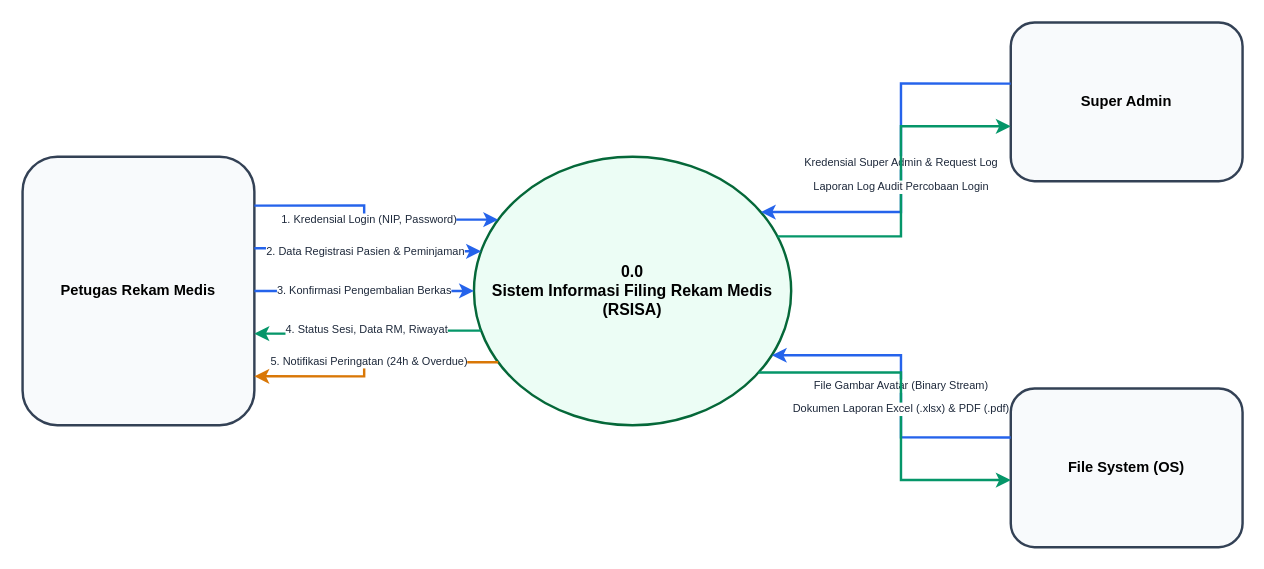
Before: docs/dokumentasi-project/assets/diagram-final/DFD/DFD_Level_0/DFD_Level_0.drawio in ghozahimma65/peminjaman-rm, a draw.io diagram. Source tidied: cells renumbered, new cells numbered last; positions are measured from the earlier drawing's top-left corner, leaving out a move shared by most shapes. Both pictures are drawn from the tidied source at 122%, with x=0, y=0 at pixel (22, 22).
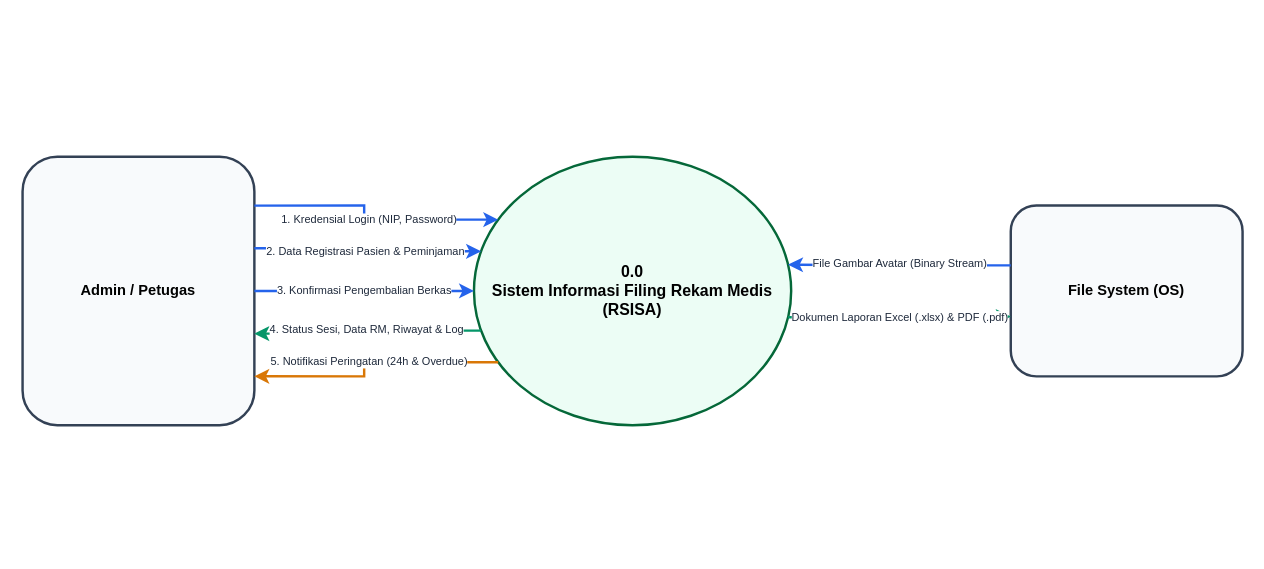
The same page after the edit.

Change to the diagram source:
```diff
@@
 <mxGraphModel background="#ffffff">
   <root>
     <mxCell id="0" />
     <mxCell id="1" parent="0" />
     <mxCell id="2" value="0.0&#10;Sistem Informasi Filing Rekam Medis&#10;(RSISA)" style="ellipse;whiteSpace=wrap;html=1;fillColor=#ecfdf5;strokeColor=#056839;strokeWidth=2;fontStyle=1;fontSize=13;" parent="1" vertex="1">
       <mxGeometry x="370" y="110" width="260" height="220" as="geometry" />
     </mxCell>
-    <mxCell id="3" value="Petugas Rekam Medis" style="rounded=1;whiteSpace=wrap;html=1;fillColor=#f8fafc;strokeColor=#334155;strokeWidth=2;fontStyle=1;fontSize=12;" parent="1" vertex="1">
+    <mxCell id="3" value="Admin / Petugas" style="rounded=1;whiteSpace=wrap;html=1;fillColor=#f8fafc;strokeColor=#334155;strokeWidth=2;fontStyle=1;fontSize=12;" parent="1" vertex="1">
       <mxGeometry y="110" width="190" height="220" as="geometry" />
     </mxCell>
-    <mxCell id="4" value="Super Admin" style="rounded=1;whiteSpace=wrap;html=1;fillColor=#f8fafc;strokeColor=#334155;strokeWidth=2;fontStyle=1;fontSize=12;" parent="1" vertex="1">
-      <mxGeometry x="810" width="190" height="130" as="geometry" />
-    </mxCell>
     <mxCell id="5" value="File System (OS)" style="rounded=1;whiteSpace=wrap;html=1;fillColor=#f8fafc;strokeColor=#334155;strokeWidth=2;fontStyle=1;fontSize=12;" parent="1" vertex="1">
-      <mxGeometry x="810" y="300" width="190" height="130" as="geometry" />
+      <mxGeometry x="810" y="150" width="190" height="140" as="geometry" />
     </mxCell>
     <mxCell id="6" value="1. Kredensial Login (NIP, Password)" style="edgeStyle=orthogonalEdgeStyle;rounded=0;jettySize=auto;html=1;exitX=1;exitY=0.182;exitDx=0;exitDy=0;entryX=0;entryY=0.182;entryDx=0;entryDy=0;strokeColor=#2563eb;strokeWidth=2;fontSize=9;fontColor=#1e293b;" parent="1" edge="1" source="3" target="2">
       <mxGeometry relative="1" as="geometry" />
     </mxCell>
     <mxCell id="7" value="2. Data Registrasi Pasien &amp; Peminjaman" style="edgeStyle=orthogonalEdgeStyle;rounded=0;jettySize=auto;html=1;exitX=1;exitY=0.341;exitDx=0;exitDy=0;entryX=0;entryY=0.341;entryDx=0;entryDy=0;strokeColor=#2563eb;strokeWidth=2;fontSize=9;fontColor=#1e293b;" parent="1" edge="1" source="3" target="2">
       <mxGeometry relative="1" as="geometry" />
     </mxCell>
     <mxCell id="8" value="3. Konfirmasi Pengembalian Berkas" style="edgeStyle=orthogonalEdgeStyle;rounded=0;jettySize=auto;html=1;exitX=1;exitY=0.5;exitDx=0;exitDy=0;entryX=0;entryY=0.5;entryDx=0;entryDy=0;strokeColor=#2563eb;strokeWidth=2;fontSize=9;fontColor=#1e293b;" parent="1" edge="1" source="3" target="2">
       <mxGeometry relative="1" as="geometry" />
     </mxCell>
-    <mxCell id="9" value="4. Status Sesi, Data RM, Riwayat" style="edgeStyle=orthogonalEdgeStyle;rounded=0;jettySize=auto;html=1;exitX=0;exitY=0.659;exitDx=0;exitDy=0;entryX=1;entryY=0.659;entryDx=0;entryDy=0;strokeColor=#059669;strokeWidth=2;fontSize=9;fontColor=#1e293b;" parent="1" edge="1" source="2" target="3">
+    <mxCell id="9" value="4. Status Sesi, Data RM, Riwayat &amp; Log" style="edgeStyle=orthogonalEdgeStyle;rounded=0;jettySize=auto;html=1;exitX=0;exitY=0.659;exitDx=0;exitDy=0;entryX=1;entryY=0.659;entryDx=0;entryDy=0;strokeColor=#059669;strokeWidth=2;fontSize=9;fontColor=#1e293b;" parent="1" edge="1" source="2" target="3">
       <mxGeometry relative="1" as="geometry" />
     </mxCell>
     <mxCell id="10" value="5. Notifikasi Peringatan (24h &amp; Overdue)" style="edgeStyle=orthogonalEdgeStyle;rounded=0;jettySize=auto;html=1;exitX=0;exitY=0.818;exitDx=0;exitDy=0;entryX=1;entryY=0.818;entryDx=0;entryDy=0;strokeColor=#d97706;strokeWidth=2;fontSize=9;fontColor=#1e293b;" parent="1" edge="1" source="2" target="3">
       <mxGeometry relative="1" as="geometry" />
     </mxCell>
-    <mxCell id="11" value="Kredensial Super Admin &amp; Request Log" style="edgeStyle=orthogonalEdgeStyle;rounded=0;jettySize=auto;html=1;exitX=0;exitY=0.385;exitDx=0;exitDy=0;entryX=1;entryY=0.136;entryDx=0;entryDy=0;strokeColor=#2563eb;strokeWidth=2;fontSize=9;fontColor=#1e293b;" parent="1" edge="1" source="4" target="2">
-      <mxGeometry relative="1" as="geometry" />
-    </mxCell>
-    <mxCell id="12" value="Laporan Log Audit Percobaan Login" style="edgeStyle=orthogonalEdgeStyle;rounded=0;jettySize=auto;html=1;exitX=1;exitY=0.273;exitDx=0;exitDy=0;entryX=0;entryY=0.654;entryDx=0;entryDy=0;strokeColor=#059669;strokeWidth=2;fontSize=9;fontColor=#1e293b;" parent="1" edge="1" source="2" target="4">
-      <mxGeometry relative="1" as="geometry" />
-    </mxCell>
-    <mxCell id="13" value="File Gambar Avatar (Binary Stream)" style="edgeStyle=orthogonalEdgeStyle;rounded=0;jettySize=auto;html=1;exitX=0;exitY=0.308;exitDx=0;exitDy=0;entryX=1;entryY=0.773;entryDx=0;entryDy=0;strokeColor=#2563eb;strokeWidth=2;fontSize=9;fontColor=#1e293b;" parent="1" edge="1" source="5" target="2">
+    <mxCell id="13" value="File Gambar Avatar (Binary Stream)" style="edgeStyle=orthogonalEdgeStyle;rounded=0;jettySize=auto;html=1;exitX=0;exitY=0.35;exitDx=0;exitDy=0;entryX=1;entryY=0.4;entryDx=0;entryDy=0;strokeColor=#2563eb;strokeWidth=2;fontSize=9;fontColor=#1e293b;" parent="1" edge="1" source="5" target="2">
       <mxGeometry relative="1" as="geometry" />
     </mxCell>
-    <mxCell id="14" value="Dokumen Laporan Excel (.xlsx) &amp; PDF (.pdf)" style="edgeStyle=orthogonalEdgeStyle;rounded=0;jettySize=auto;html=1;exitX=1;exitY=0.886;exitDx=0;exitDy=0;entryX=0;entryY=0.577;entryDx=0;entryDy=0;strokeColor=#059669;strokeWidth=2;fontSize=9;fontColor=#1e293b;" parent="1" edge="1" source="2" target="5">
+    <mxCell id="14" value="Dokumen Laporan Excel (.xlsx) &amp; PDF (.pdf)" style="edgeStyle=orthogonalEdgeStyle;rounded=0;jettySize=auto;html=1;exitX=1;exitY=0.6;exitDx=0;exitDy=0;entryX=0;entryY=0.65;entryDx=0;entryDy=0;strokeColor=#059669;strokeWidth=2;fontSize=9;fontColor=#1e293b;" parent="1" edge="1" source="2" target="5">
       <mxGeometry relative="1" as="geometry" />
     </mxCell>
   </root>
 </mxGraphModel>
```
